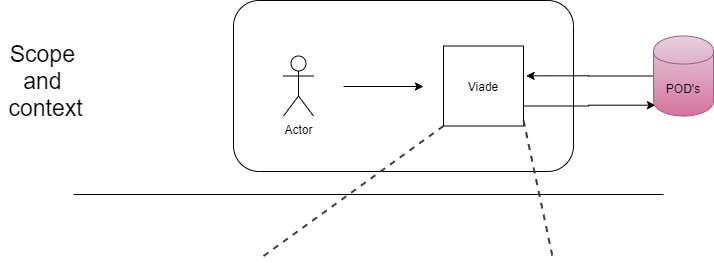
Above: src/docs/images/ScopeAndContext.png in Arquisoft/viade_es1b (draw.io), before the change. Source tidied: cells renumbered, new cells last; positions are measured from the earlier drawing's top-left corner, leaving out a move shared by most shapes. Source of this version:
```xml
<mxGraphModel>
  <root>
    <mxCell id="0" />
    <mxCell id="1" parent="0" />
    <mxCell id="2" value="Scope &lt;br&gt;and &lt;br&gt;context" style="text;html=1;align=center;verticalAlign=middle;fontSize=23;" parent="1" vertex="1">
      <mxGeometry y="35.5" width="90" height="90" as="geometry" />
    </mxCell>
    <mxCell id="3" style="rounded=1;whiteSpace=wrap;html=1;" parent="1" vertex="1">
      <mxGeometry x="233" width="340" height="171" as="geometry" />
    </mxCell>
    <mxCell id="4" value="Actor" style="shape=umlActor;verticalLabelPosition=bottom;labelBackgroundColor=#ffffff;verticalAlign=top;html=1;" parent="1" vertex="1">
      <mxGeometry x="283" y="55.5" width="30" height="60" as="geometry" />
    </mxCell>
    <mxCell id="5" style="edgeStyle=orthogonalEdgeStyle;rounded=0;jettySize=auto;html=1;exitX=1;exitY=0.75;exitDx=0;exitDy=0;entryX=0.033;entryY=0.865;entryDx=0;entryDy=0;entryPerimeter=0;" parent="1" edge="1" source="6" target="12">
      <mxGeometry relative="1" as="geometry" />
    </mxCell>
    <mxCell id="6" value="Viade" style="whiteSpace=wrap;html=1;" parent="1" vertex="1">
      <mxGeometry x="443" y="45.5" width="80" height="80" as="geometry" />
    </mxCell>
    <mxCell id="7" style="endArrow=classic;html=1;" parent="1" edge="1">
      <mxGeometry relative="1" as="geometry">
        <mxPoint x="343" y="86" as="sourcePoint" />
        <mxPoint x="423" y="86" as="targetPoint" />
      </mxGeometry>
    </mxCell>
    <mxCell id="8" style="line;strokeWidth=1;fillColor=none;align=left;verticalAlign=middle;spacingTop=-1;spacingLeft=3;spacingRight=3;labelPosition=right;fontSize=12;" parent="1" vertex="1">
      <mxGeometry x="73" y="190" width="590" height="8" as="geometry" />
    </mxCell>
    <mxCell id="9" style="edgeStyle=none;rounded=0;html=1;entryX=0.065;entryY=0.011;jettySize=auto;strokeColor=#404040;strokeWidth=2;fontColor=#000000;jumpStyle=none;endArrow=none;endFill=0;startArrow=none;dashed=1;exitX=0;exitY=1;exitDx=0;exitDy=0;entryDx=0;entryDy=0;entryPerimeter=0;" parent="1" edge="1" source="6">
      <mxGeometry relative="1" as="geometry">
        <mxPoint x="259.8" y="257.9" as="targetPoint" />
      </mxGeometry>
    </mxCell>
    <mxCell id="10" style="edgeStyle=none;rounded=0;html=1;entryX=0.94;entryY=0.023;jettySize=auto;strokeColor=#404040;strokeWidth=2;fontColor=#000000;jumpStyle=none;endArrow=none;endFill=0;startArrow=none;dashed=1;exitX=0.853;exitY=0.702;exitDx=0;exitDy=0;entryDx=0;entryDy=0;entryPerimeter=0;exitPerimeter=0;" parent="1" edge="1" source="3">
      <mxGeometry relative="1" as="geometry">
        <mxPoint x="552.9" y="260" as="targetPoint" />
      </mxGeometry>
    </mxCell>
    <mxCell id="11" style="edgeStyle=orthogonalEdgeStyle;rounded=0;jettySize=auto;html=1;exitX=0;exitY=0.5;exitDx=0;exitDy=0;entryX=1.033;entryY=0.373;entryDx=0;entryDy=0;entryPerimeter=0;" parent="1" edge="1" source="12" target="6">
      <mxGeometry relative="1" as="geometry" />
    </mxCell>
    <mxCell id="12" value="POD's" style="shape=cylinder;whiteSpace=wrap;html=1;boundedLbl=1;backgroundOutline=1;gradientColor=#d5739d;fillColor=#e6d0de;strokeColor=#996185;" parent="1" vertex="1">
      <mxGeometry x="653" y="35.5" width="60" height="80" as="geometry" />
    </mxCell>
  </root>
</mxGraphModel>
```
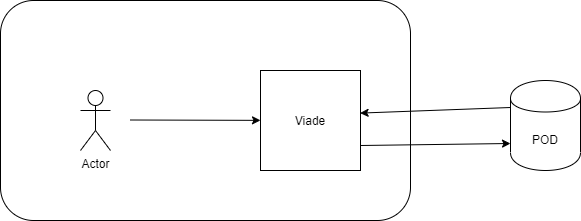
The same diagram one commit later.

What changed in the source:
```diff
@@ -2,45 +2,28 @@
   <root>
     <mxCell id="0" />
     <mxCell id="1" parent="0" />
-    <mxCell id="2" value="Scope &lt;br&gt;and &lt;br&gt;context" style="text;html=1;align=center;verticalAlign=middle;fontSize=23;" parent="1" vertex="1">
-      <mxGeometry y="35.5" width="90" height="90" as="geometry" />
-    </mxCell>
-    <mxCell id="3" style="rounded=1;whiteSpace=wrap;html=1;" parent="1" vertex="1">
-      <mxGeometry x="233" width="340" height="171" as="geometry" />
-    </mxCell>
+    <mxCell id="13" style="rounded=1;whiteSpace=wrap;html=1;" parent="1" vertex="1">
+      <mxGeometry x="83" y="30" width="410" height="220" as="geometry" />
+    </mxCell>
     <mxCell id="4" value="Actor" style="shape=umlActor;verticalLabelPosition=bottom;labelBackgroundColor=#ffffff;verticalAlign=top;html=1;" parent="1" vertex="1">
-      <mxGeometry x="283" y="55.5" width="30" height="60" as="geometry" />
+      <mxGeometry x="163" y="120" width="30" height="60" as="geometry" />
     </mxCell>
-    <mxCell id="5" style="edgeStyle=orthogonalEdgeStyle;rounded=0;jettySize=auto;html=1;exitX=1;exitY=0.75;exitDx=0;exitDy=0;entryX=0.033;entryY=0.865;entryDx=0;entryDy=0;entryPerimeter=0;" parent="1" edge="1" source="6" target="12">
-      <mxGeometry relative="1" as="geometry" />
-    </mxCell>
+    <mxCell id="14" style="endArrow=classic;html=1;" parent="1" edge="1" target="6">
+      <mxGeometry relative="1" as="geometry">
+        <mxPoint x="213" y="149.5" as="sourcePoint" />
+      </mxGeometry>
+    </mxCell>
+    <mxCell id="15" style="rounded=0;jettySize=auto;html=1;exitX=1;exitY=0.75;exitDx=0;exitDy=0;entryX=0;entryY=0.7;entryDx=0;entryDy=0;" parent="1" edge="1" source="6" target="17">
+      <mxGeometry relative="1" as="geometry" />
+    </mxCell>
     <mxCell id="6" value="Viade" style="whiteSpace=wrap;html=1;" parent="1" vertex="1">
-      <mxGeometry x="443" y="45.5" width="80" height="80" as="geometry" />
+      <mxGeometry x="343" y="100" width="100" height="100" as="geometry" />
     </mxCell>
-    <mxCell id="7" style="endArrow=classic;html=1;" parent="1" edge="1">
-      <mxGeometry relative="1" as="geometry">
-        <mxPoint x="343" y="86" as="sourcePoint" />
-        <mxPoint x="423" y="86" as="targetPoint" />
-      </mxGeometry>
-    </mxCell>
-    <mxCell id="8" style="line;strokeWidth=1;fillColor=none;align=left;verticalAlign=middle;spacingTop=-1;spacingLeft=3;spacingRight=3;labelPosition=right;fontSize=12;" parent="1" vertex="1">
-      <mxGeometry x="73" y="190" width="590" height="8" as="geometry" />
-    </mxCell>
-    <mxCell id="9" style="edgeStyle=none;rounded=0;html=1;entryX=0.065;entryY=0.011;jettySize=auto;strokeColor=#404040;strokeWidth=2;fontColor=#000000;jumpStyle=none;endArrow=none;endFill=0;startArrow=none;dashed=1;exitX=0;exitY=1;exitDx=0;exitDy=0;entryDx=0;entryDy=0;entryPerimeter=0;" parent="1" edge="1" source="6">
-      <mxGeometry relative="1" as="geometry">
-        <mxPoint x="259.8" y="257.9" as="targetPoint" />
-      </mxGeometry>
-    </mxCell>
-    <mxCell id="10" style="edgeStyle=none;rounded=0;html=1;entryX=0.94;entryY=0.023;jettySize=auto;strokeColor=#404040;strokeWidth=2;fontColor=#000000;jumpStyle=none;endArrow=none;endFill=0;startArrow=none;dashed=1;exitX=0.853;exitY=0.702;exitDx=0;exitDy=0;entryDx=0;entryDy=0;entryPerimeter=0;exitPerimeter=0;" parent="1" edge="1" source="3">
-      <mxGeometry relative="1" as="geometry">
-        <mxPoint x="552.9" y="260" as="targetPoint" />
-      </mxGeometry>
-    </mxCell>
-    <mxCell id="11" style="edgeStyle=orthogonalEdgeStyle;rounded=0;jettySize=auto;html=1;exitX=0;exitY=0.5;exitDx=0;exitDy=0;entryX=1.033;entryY=0.373;entryDx=0;entryDy=0;entryPerimeter=0;" parent="1" edge="1" source="12" target="6">
-      <mxGeometry relative="1" as="geometry" />
-    </mxCell>
-    <mxCell id="12" value="POD's" style="shape=cylinder;whiteSpace=wrap;html=1;boundedLbl=1;backgroundOutline=1;gradientColor=#d5739d;fillColor=#e6d0de;strokeColor=#996185;" parent="1" vertex="1">
-      <mxGeometry x="653" y="35.5" width="60" height="80" as="geometry" />
-    </mxCell>
+    <mxCell id="16" style="rounded=0;jettySize=auto;html=1;exitX=0;exitY=0.3;exitDx=0;exitDy=0;entryX=0.996;entryY=0.426;entryDx=0;entryDy=0;entryPerimeter=0;" parent="1" edge="1" source="17" target="6">
+      <mxGeometry relative="1" as="geometry" />
+    </mxCell>
+    <mxCell id="17" value="POD" style="shape=cylinder;whiteSpace=wrap;html=1;boundedLbl=1;backgroundOutline=1;" parent="1" vertex="1">
+      <mxGeometry x="593" y="110" width="70" height="90" as="geometry" />
+    </mxCell>
   </root>
 </mxGraphModel>
```
